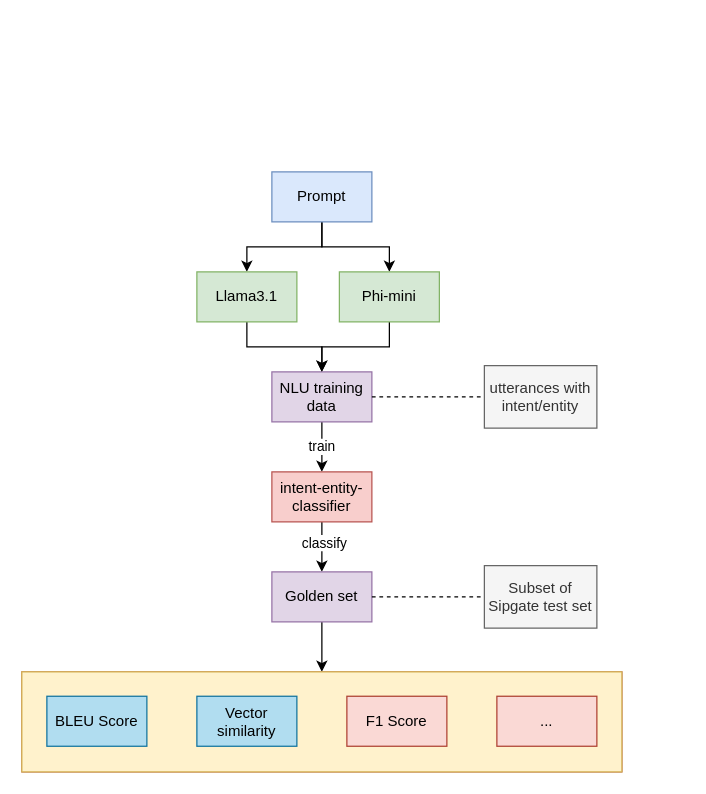
Earlier version of the draw.io diagram Unbenanntes Diagramm.drawio (kobrue02/thesis-synthetic-nlu-data). Source tidied: cells renumbered, new cells numbered last; positions are measured from the earlier drawing's top-left corner, leaving out a move shared by most shapes. Both pictures are drawn from the tidied source at 125%, with x=0, y=0 at pixel (21, 171).
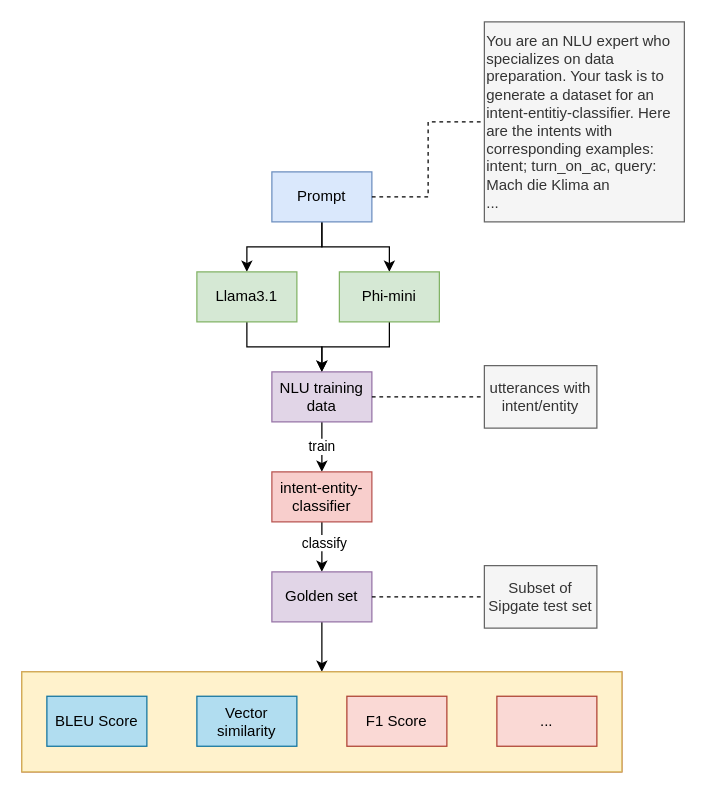
The same diagram, later.

Commit message:
add prompt example

The change refers to these unchanged cells:
```xml
<mxCell id="4" value="Prompt" style="rounded=0;whiteSpace=wrap;html=1;strokeColor=#6c8ebf;fillColor=#dae8fc;" parent="1" vertex="1">
  <mxGeometry x="200" width="80" height="40" as="geometry" />
</mxCell>
```

The edit, as a diff of the source:
```diff
@@
+    <mxCell id="28" value="&lt;div&gt;You are an NLU expert who specializes on data preparation. Your task is to generate a dataset for an intent-entitiy-classifier. Here are the intents with corresponding examples:&lt;/div&gt;&lt;div&gt;intent; turn_on_ac, query: Mach die Klima an&lt;/div&gt;&lt;div&gt;...&lt;/div&gt;" style="rounded=0;whiteSpace=wrap;html=1;fillColor=#f5f5f5;fontColor=#333333;strokeColor=#666666;align=left;" parent="1" vertex="1">
+      <mxGeometry x="370" y="-120" width="160" height="160" as="geometry" />
+    </mxCell>
+    <mxCell id="29" style="endArrow=none;dashed=1;html=1;rounded=0;entryX=0;entryY=0.5;entryDx=0;entryDy=0;exitX=1;exitY=0.5;exitDx=0;exitDy=0;edgeStyle=orthogonalEdgeStyle;" parent="1" edge="1" source="4" target="28">
+      <mxGeometry relative="1" as="geometry" />
+    </mxCell>
```
